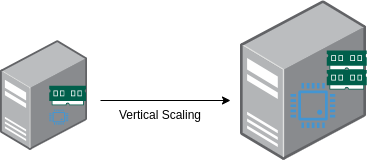
Before: images/scalability/vertical_scaling.png, a diagram exported from draw.io (bregman-arie/system-design-notebook). Source tidied: cells renumbered, new cells last; positions are measured from the earlier drawing's top-left corner, leaving out a move shared by most shapes. Source of this version:
```xml
<mxGraphModel>
  <root>
    <mxCell id="0" />
    <mxCell id="1" parent="0" />
    <mxCell id="2" style="html=1;align=center;shadow=0;dashed=0;image;image=img/lib/allied_telesis/computer_and_terminals/Server_Desktop.svg;" parent="1" vertex="1">
      <mxGeometry y="40" width="86.8" height="110" as="geometry" />
    </mxCell>
    <mxCell id="3" style="html=1;align=center;shadow=0;dashed=0;image;image=img/lib/allied_telesis/computer_and_terminals/Server_Desktop.svg;" parent="1" vertex="1">
      <mxGeometry x="240" width="126.2" height="160" as="geometry" />
    </mxCell>
    <mxCell id="4" style="shadow=0;dashed=0;html=1;strokeColor=none;fillColor=#005F4B;labelPosition=center;verticalLabelPosition=bottom;verticalAlign=top;align=center;shape=mxgraph.veeam2.ram;" parent="1" vertex="1">
      <mxGeometry x="48.7" y="85.2" width="36.9" height="19.5" as="geometry" />
    </mxCell>
    <mxCell id="5" style="shadow=0;dashed=0;html=1;strokeColor=none;fillColor=#005F4B;labelPosition=center;verticalLabelPosition=bottom;verticalAlign=top;align=center;shape=mxgraph.veeam2.ram;" parent="1" vertex="1">
      <mxGeometry x="326.2" y="69.5" width="40" height="19.5" as="geometry" />
    </mxCell>
    <mxCell id="6" style="shadow=0;dashed=0;html=1;strokeColor=none;fillColor=#4495D1;labelPosition=center;verticalLabelPosition=bottom;verticalAlign=top;align=center;shape=mxgraph.veeam.cpu;" parent="1" vertex="1">
      <mxGeometry x="48.7" y="109" width="19.1" height="15.2" as="geometry" />
    </mxCell>
    <mxCell id="7" style="shadow=0;dashed=0;html=1;strokeColor=none;fillColor=#4495D1;labelPosition=center;verticalLabelPosition=bottom;verticalAlign=top;align=center;shape=mxgraph.veeam.cpu;" parent="1" vertex="1">
      <mxGeometry x="290" y="82.6" width="44.8" height="44.8" as="geometry" />
    </mxCell>
    <mxCell id="8" style="shadow=0;dashed=0;html=1;strokeColor=none;fillColor=#005F4B;labelPosition=center;verticalLabelPosition=bottom;verticalAlign=top;align=center;shape=mxgraph.veeam2.ram;" parent="1" vertex="1">
      <mxGeometry x="326.2" y="50" width="40" height="19.5" as="geometry" />
    </mxCell>
    <mxCell id="9" style="endArrow=classic;html=1;" parent="1" edge="1">
      <mxGeometry relative="1" as="geometry">
        <mxPoint x="100" y="100" as="sourcePoint" />
        <mxPoint x="230" y="100" as="targetPoint" />
      </mxGeometry>
    </mxCell>
    <mxCell id="10" value="Vertical Scaling" style="text;html=1;strokeColor=none;fillColor=none;align=center;verticalAlign=middle;whiteSpace=wrap;rounded=0;" parent="1" vertex="1">
      <mxGeometry x="110" y="104.2" width="100" height="20" as="geometry" />
    </mxCell>
  </root>
</mxGraphModel>
```
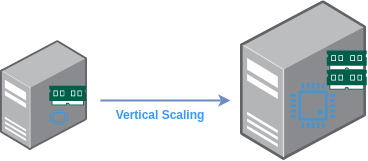
After the change.

Change to the diagram source:
```diff
@@ -23,13 +23,13 @@
     <mxCell id="8" style="shadow=0;dashed=0;html=1;strokeColor=none;fillColor=#005F4B;labelPosition=center;verticalLabelPosition=bottom;verticalAlign=top;align=center;shape=mxgraph.veeam2.ram;" parent="1" vertex="1">
       <mxGeometry x="326.2" y="50" width="40" height="19.5" as="geometry" />
     </mxCell>
-    <mxCell id="9" style="endArrow=classic;html=1;" parent="1" edge="1">
+    <mxCell id="9" style="endArrow=classic;html=1;fontColor=#3399FF;labelBackgroundColor=#3399FF;fontStyle=0;fillColor=#dae8fc;strokeColor=#6c8ebf;strokeWidth=2;" parent="1" edge="1">
       <mxGeometry relative="1" as="geometry">
         <mxPoint x="100" y="100" as="sourcePoint" />
         <mxPoint x="230" y="100" as="targetPoint" />
       </mxGeometry>
     </mxCell>
-    <mxCell id="10" value="Vertical Scaling" style="text;html=1;strokeColor=none;fillColor=none;align=center;verticalAlign=middle;whiteSpace=wrap;rounded=0;" parent="1" vertex="1">
+    <mxCell id="10" value="Vertical Scaling" style="text;html=1;strokeColor=none;fillColor=none;align=center;verticalAlign=middle;whiteSpace=wrap;rounded=0;fontColor=#3399FF;fontStyle=1;" parent="1" vertex="1">
       <mxGeometry x="110" y="104.2" width="100" height="20" as="geometry" />
     </mxCell>
   </root>
```
